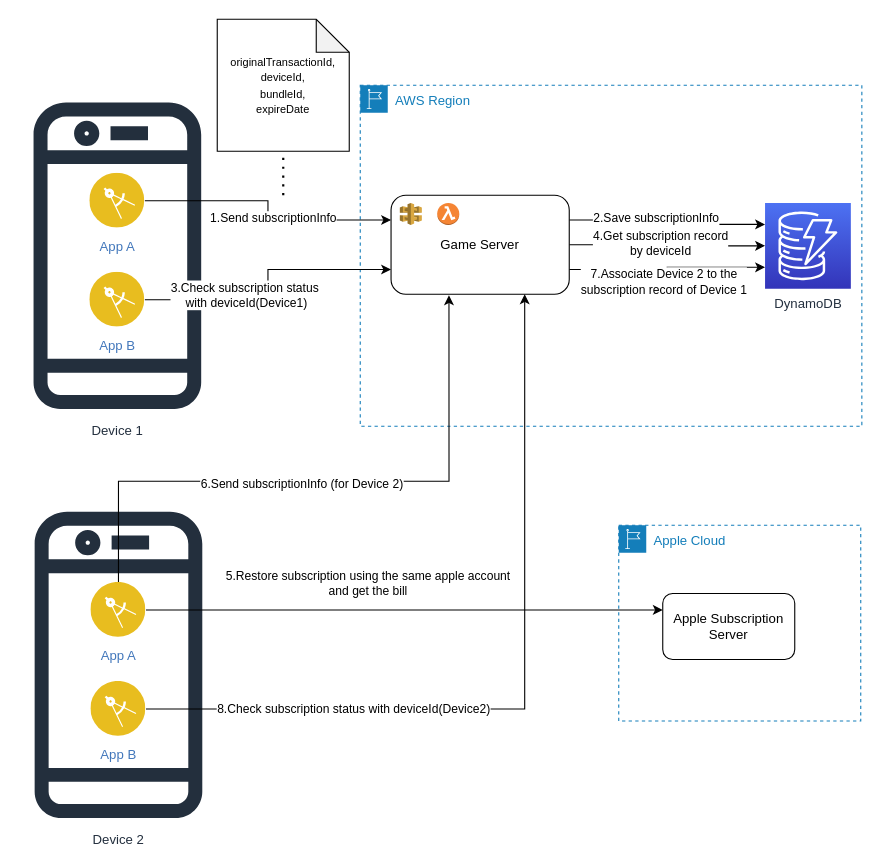
This is page "简单方案" (1 of 2) of 多个游戏共享订阅.drawio from yaohuiwu/SimpleFS, a draw.io file, before an edit. Source tidied: cells renumbered, new cells numbered last; positions are measured from the earlier drawing's top-left corner, leaving out a move shared by most shapes. Both pictures are drawn from the tidied source at 110%, with x=0, y=0 at pixel (33, 19).
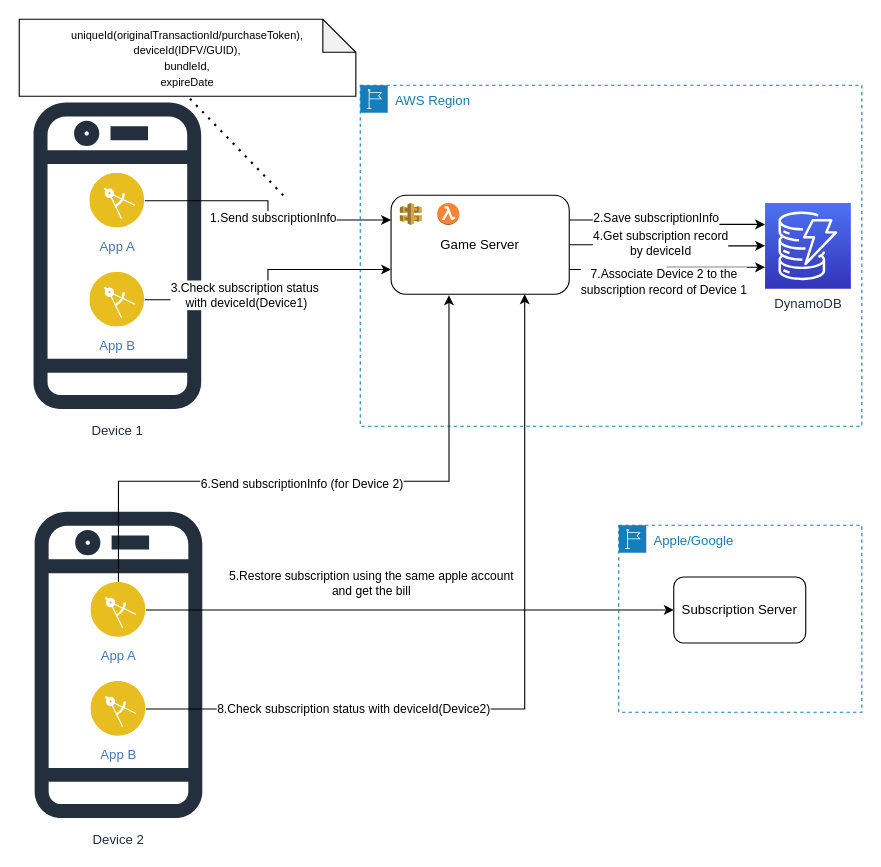
The same page after the edit.

Unchanged cells that the change refers to:
```xml
<mxCell id="25" value="App A" style="image;perimeter=ellipsePerimeter;html=1;align=center;shadow=0;dashed=0;fontColor=#4277BB;labelBackgroundColor=default;fontSize=12;spacingTop=3;image=img/lib/ibm/applications/mobile_app.svg;" parent="1" vertex="1">
  <mxGeometry x="52.2" y="512" width="50" height="50" as="geometry" />
</mxCell>
```

Diff of the diagram source:
```diff
@@
-    <mxCell id="21" style="edgeStyle=orthogonalEdgeStyle;rounded=0;jettySize=auto;html=1;exitX=1;exitY=0.5;exitDx=0;exitDy=0;entryX=0;entryY=0.25;entryDx=0;entryDy=0;" parent="1" edge="1" source="25" target="30">
+    <mxCell id="21" style="edgeStyle=orthogonalEdgeStyle;rounded=0;jettySize=auto;html=1;exitX=1;exitY=0.5;exitDx=0;exitDy=0;entryX=0;entryY=0.5;entryDx=0;entryDy=0;" parent="1" edge="1" source="25" target="30">
       <mxGeometry relative="1" as="geometry" />
     </mxCell>
@@
-    <mxCell id="29" value="Apple Cloud" style="points=[[0,0],[0.25,0],[0.5,0],[0.75,0],[1,0],[1,0.25],[1,0.5],[1,0.75],[1,1],[0.75,1],[0.5,1],[0.25,1],[0,1],[0,0.75],[0,0.5],[0,0.25]];outlineConnect=0;gradientColor=none;html=1;whiteSpace=wrap;fontSize=12;fontStyle=0;shape=mxgraph.aws4.group;grIcon=mxgraph.aws4.group_region;strokeColor=#147EBA;fillColor=none;verticalAlign=top;align=left;spacingLeft=30;fontColor=#147EBA;dashed=1;" parent="1" vertex="1">
-      <mxGeometry x="532" y="460" width="220" height="178" as="geometry" />
+    <mxCell id="29" value="Apple/Google" style="points=[[0,0],[0.25,0],[0.5,0],[0.75,0],[1,0],[1,0.25],[1,0.5],[1,0.75],[1,1],[0.75,1],[0.5,1],[0.25,1],[0,1],[0,0.75],[0,0.5],[0,0.25]];outlineConnect=0;gradientColor=none;html=1;whiteSpace=wrap;fontSize=12;fontStyle=0;shape=mxgraph.aws4.group;grIcon=mxgraph.aws4.group_region;strokeColor=#147EBA;fillColor=none;verticalAlign=top;align=left;spacingLeft=30;fontColor=#147EBA;dashed=1;" parent="1" vertex="1">
+      <mxGeometry x="532" y="460" width="221" height="170" as="geometry" />
     </mxCell>
-    <mxCell id="30" value="Apple Subscription Server" style="rounded=1;whiteSpace=wrap;html=1;" parent="29" vertex="1">
-      <mxGeometry x="40" y="62" width="120" height="60" as="geometry" />
+    <mxCell id="30" value="Subscription Server" style="rounded=1;whiteSpace=wrap;html=1;" parent="29" vertex="1">
+      <mxGeometry x="50" y="47" width="120" height="60" as="geometry" />
     </mxCell>
-    <mxCell id="31" value="&lt;font style=&quot;font-size: 10px;&quot;&gt;originalTransactionId, deviceId, &lt;br&gt;bundleId,&lt;br&gt;expireDate&lt;/font&gt;" style="shape=note;whiteSpace=wrap;html=1;backgroundOutline=1;darkOpacity=0.05;" parent="1" vertex="1">
-      <mxGeometry x="167" width="120" height="120" as="geometry" />
+    <mxCell id="31" value="&lt;font style=&quot;font-size: 10px;&quot;&gt;uniqueId(originalTransactionId/purchaseToken),&lt;br&gt;deviceId(IDFV/GUID), &lt;br&gt;bundleId,&lt;br&gt;expireDate&lt;/font&gt;" style="shape=note;whiteSpace=wrap;html=1;backgroundOutline=1;darkOpacity=0.05;" parent="1" vertex="1">
+      <mxGeometry x="-13" width="306" height="70" as="geometry" />
     </mxCell>
@@
+    <mxCell id="33" style="edgeStyle=orthogonalEdgeStyle;rounded=0;orthogonalLoop=1;jettySize=auto;html=1;exitX=0.5;exitY=1;exitDx=0;exitDy=0;" parent="1" edge="1" source="29" target="29">
+      <mxGeometry relative="1" as="geometry" />
+    </mxCell>
```
